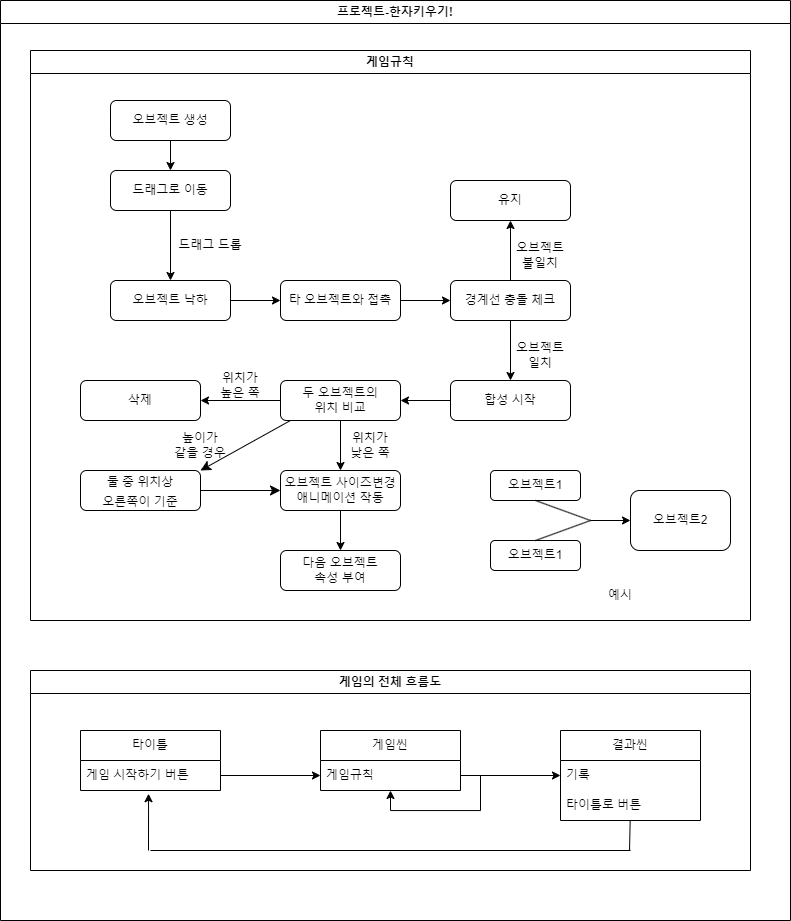
Earlier version of the draw.io export image/흐름도.png (j0462/Growdonut). Source tidied: cells renumbered, new cells last; positions are measured from the earlier drawing's top-left corner, leaving out a move shared by most shapes.
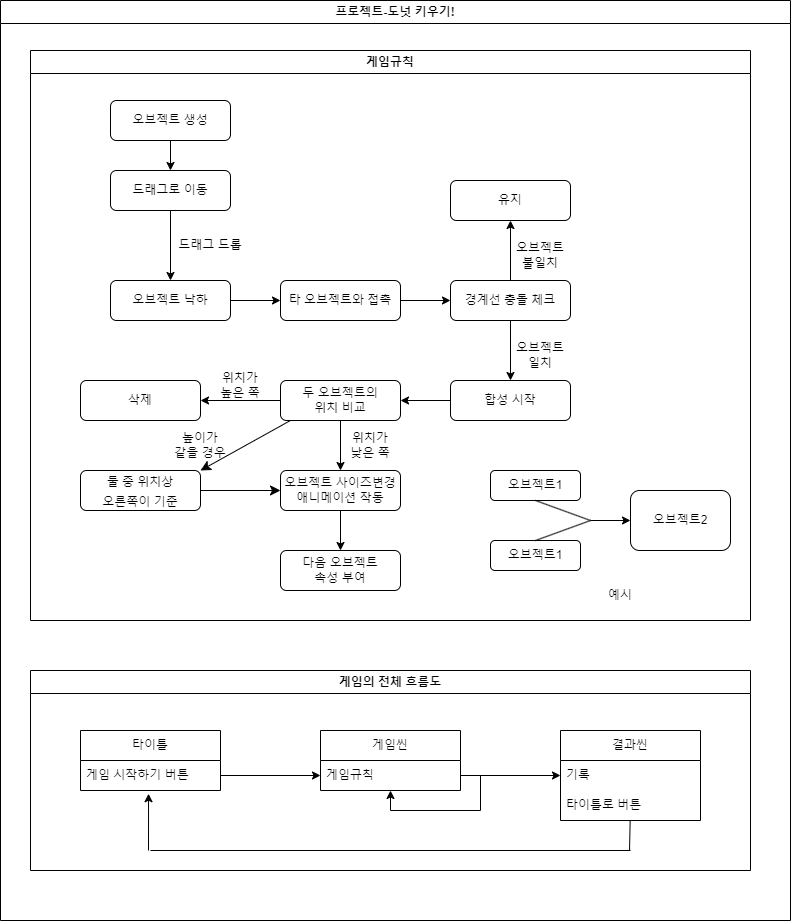
The same file after the commit.

Diff of the diagram source:
```diff
@@ -159,7 +159,7 @@
         <mxPoint x="630" y="850" as="targetPoint" />
       </mxGeometry>
     </mxCell>
-    <mxCell id="50" value="프로젝트-한자키우기!" style="swimlane;whiteSpace=wrap;html=1;" parent="1" vertex="1">
+    <mxCell id="50" value="프로젝트-도넛 키우기!" style="swimlane;whiteSpace=wrap;html=1;" parent="1" vertex="1">
       <mxGeometry width="790" height="920" as="geometry" />
     </mxCell>
     <mxCell id="51" value="&lt;font style=&quot;font-size: 12px;&quot;&gt;둘 중 위치상&lt;br&gt;오른쪽이&amp;nbsp;기준&lt;/font&gt;" style="rounded=1;whiteSpace=wrap;html=1;fontSize=16;" parent="50" vertex="1">
```
